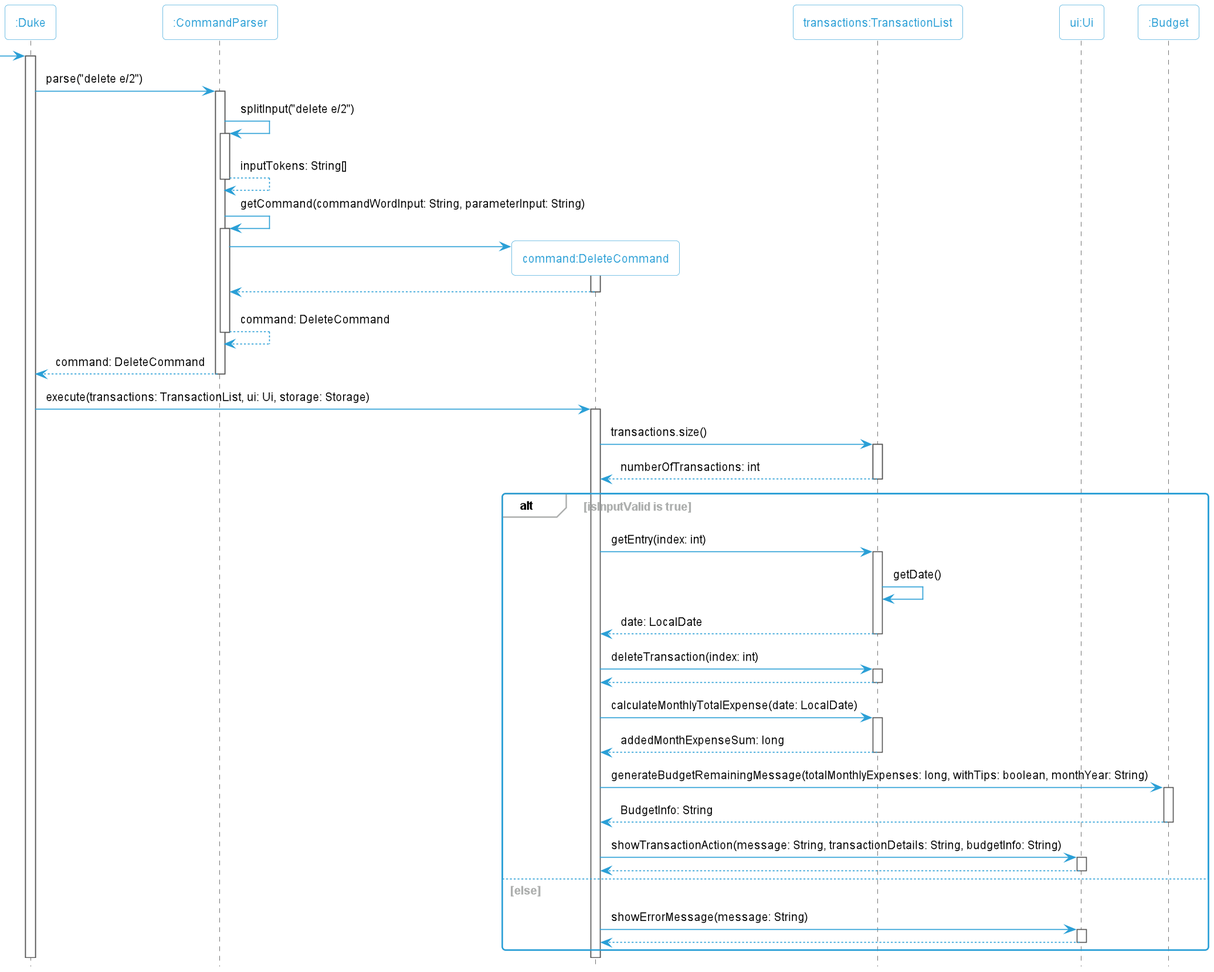
Earlier version of the PlantUML export docs/images/DeleteCommandSequenceDiagram.png (nus-cs2113-AY2223S1/tp). Its source is kept beside it as docs/diagram/DeleteCommandSequenceDiagram.puml. Its diagram source:
```plantuml
@startuml
!include Style.puml

hide footbox

Participant ":Duke" as Duke
Participant ":CommandParser" as CommandParser
Participant "command:DeleteCommand" as DeleteCommand
Participant "transactions:TransactionList" as Transactions
Participant "ui:Ui" as Ui
Participant ":Budget" as Budget

-> Duke
activate Duke

Duke -> CommandParser:parse("delete e/2")
activate CommandParser

CommandParser -> CommandParser:splitInput("delete e/2")
activate CommandParser
return inputTokens: String[]

CommandParser -> CommandParser:getCommand(commandWordInput: String, parameterInput: String)
activate CommandParser

create DeleteCommand
CommandParser -> DeleteCommand
activate DeleteCommand
return

return command: DeleteCommand

return command: DeleteCommand
deactivate CommandParser

Duke -> DeleteCommand:execute(transactions: TransactionList, ui: Ui, storage: Storage)
activate DeleteCommand

DeleteCommand -> Transactions:transactions.size()
activate Transactions
return numberOfTransactions: int

alt isInputValid is true
    DeleteCommand -> Transactions:getEntry(index: int)
    activate Transactions
    Transactions -> Transactions:getDate()
    return date: LocalDate
    DeleteCommand -> Transactions:deleteTransaction(index: int)
    activate Transactions
    return
    DeleteCommand -> Transactions:calculateMonthlyTotalExpense(date: LocalDate)
    activate Transactions
    return addedMonthExpenseSum: long
    DeleteCommand -> Budget:generateBudgetRemainingMessage(totalMonthlyExpenses: long, withTips: boolean, monthYear: String)
    activate Budget
    return BudgetInfo: String
    DeleteCommand -> Ui:showTransactionAction(message: String, transactionDetails: String, budgetInfo: String)
    activate Ui
    return
else else
    DeleteCommand -> Ui:showErrorMessage(message: String)
    activate Ui
    return
end

@enduml
```
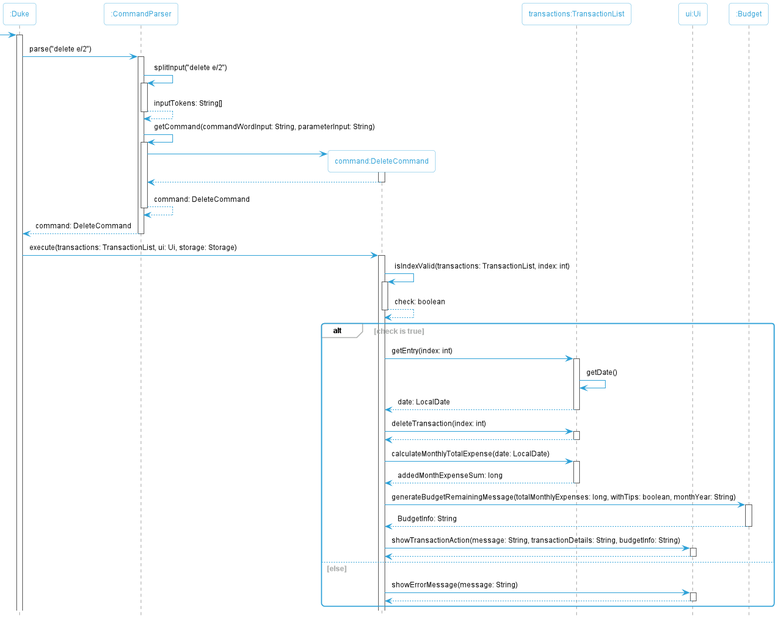
The same file after the commit.

Change to the diagram source:
```diff
@@ -36,11 +36,10 @@
 Duke -> DeleteCommand:execute(transactions: TransactionList, ui: Ui, storage: Storage)
 activate DeleteCommand
 
-DeleteCommand -> Transactions:transactions.size()
-activate Transactions
-return numberOfTransactions: int
-
-alt isInputValid is true
+DeleteCommand -> DeleteCommand: isIndexValid(transactions: TransactionList, index: int)
+activate DeleteCommand
+return check: boolean
+alt check is true
     DeleteCommand -> Transactions:getEntry(index: int)
     activate Transactions
     Transactions -> Transactions:getDate()
```
